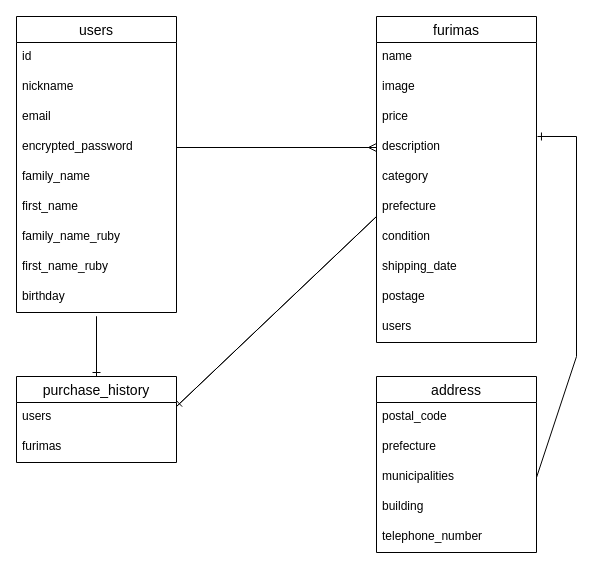
The draw.io diagram furima.dio in nobonobonobo/furima-35523, before the edit. Source tidied: cells renumbered, new cells numbered last; positions are measured from the earlier drawing's top-left corner, leaving out a move shared by most shapes. Both pictures are drawn from the tidied source at 100%, with x=0, y=0 at pixel (16, 16).
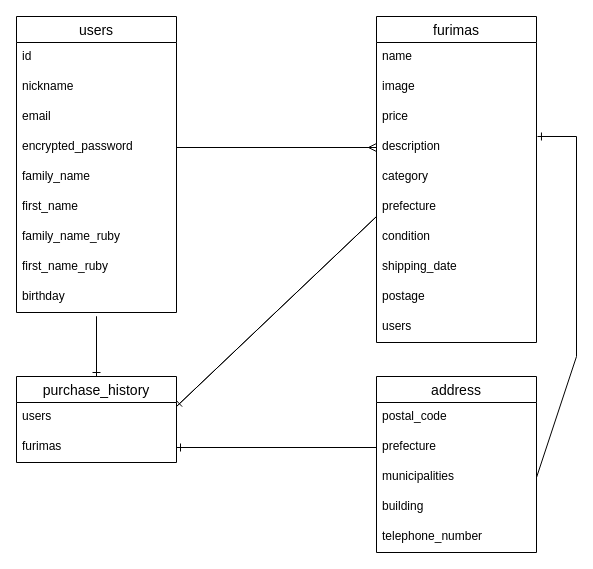
The same diagram, later.

Commit message (it also covers changes not shown here):
アソシエーションの追加

The change refers to these unchanged cells:
```xml
<mxCell id="28" value="furimas" style="text;strokeColor=none;fillColor=none;spacingLeft=4;spacingRight=4;overflow=hidden;points=[[0,0.5],[1,0.5]];portConstraint=eastwest;fontSize=12;" parent="25" vertex="1">
  <mxGeometry y="56" width="160" height="30" as="geometry" />
</mxCell>
```

Change to the diagram source:
```diff
@@
+    <mxCell id="36" style="edgeStyle=none;rounded=0;jettySize=auto;html=1;exitX=1;exitY=0.5;exitDx=0;exitDy=0;endArrow=ERone;endFill=0;" parent="1" edge="1" source="28">
+      <mxGeometry relative="1" as="geometry">
+        <mxPoint x="160" y="431" as="targetPoint" />
+        <Array as="points">
+          <mxPoint x="360" y="431" />
+        </Array>
+      </mxGeometry>
+    </mxCell>
```
